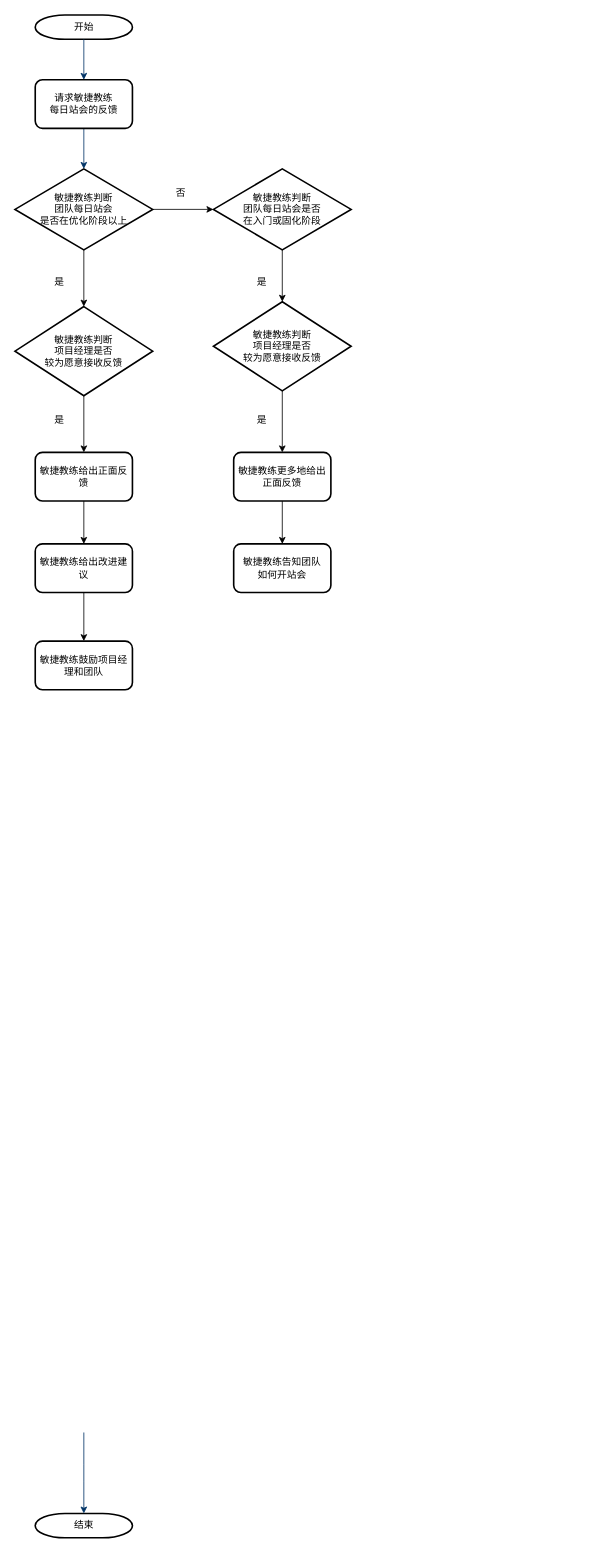
notox/2048 keeps this draw.io diagram as 项目经理请求每日站会反馈流程.drawio. Above is the earlier version. Source tidied: cells renumbered, new cells numbered last; positions are measured from the earlier drawing's top-left corner, leaving out a move shared by most shapes. Both pictures are drawn from the tidied source at 81%, with x=0, y=0 at pixel (15, 15).
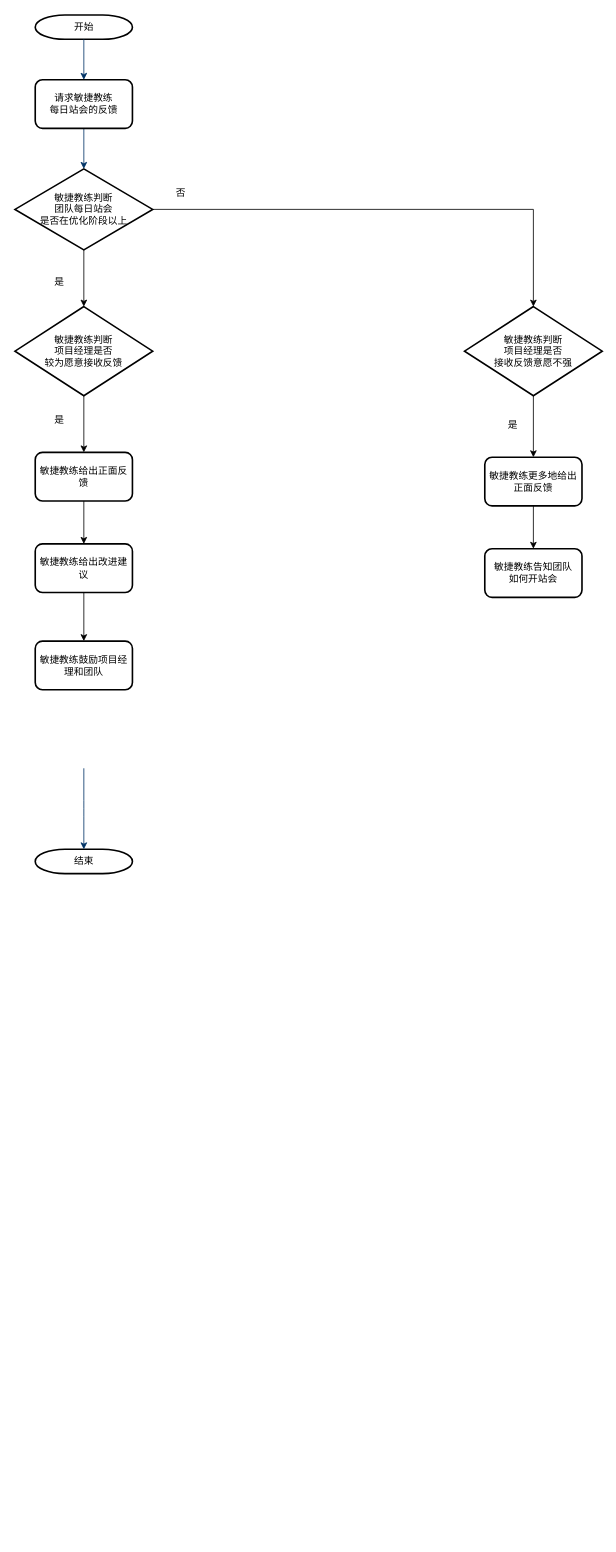
The same page after the edit.

Commit message (it also covers changes not shown here):
Update 项目经理请求每日站会反馈流程.drawio

Unchanged cells that the change refers to:
```xml
<mxCell id="10" value="敏捷教练判断&lt;br&gt;团队每日站会&lt;br&gt;是否在优化阶段以上" style="rhombus;whiteSpace=wrap;html=1;strokeWidth=2;gradientColor=none;" parent="1" vertex="1">
  <mxGeometry y="190" width="170" height="100" as="geometry" />
</mxCell>
```

Diff of the diagram source:
```diff
@@
     <mxCell id="5" value="结束" style="shape=mxgraph.flowchart.terminator;strokeWidth=2;gradientColor=none;gradientDirection=north;fontStyle=0;html=1;" parent="1" vertex="1">
-      <mxGeometry x="25" y="1850" width="120" height="30" as="geometry" />
+      <mxGeometry x="25" y="1030" width="120" height="30" as="geometry" />
     </mxCell>
     <mxCell id="6" style="edgeStyle=elbowEdgeStyle;elbow=vertical;exitX=0.5;exitY=1;exitPerimeter=0;entryX=0.5;entryY=0;entryPerimeter=0;fontStyle=1;strokeColor=#003366;strokeWidth=1;html=1;" parent="1" edge="1" target="5">
-      <mxGeometry as="geometry">
-        <mxPoint x="85" y="1750" as="sourcePoint" />
+      <mxGeometry y="-820" as="geometry">
+        <mxPoint x="85" y="930" as="sourcePoint" />
       </mxGeometry>
     </mxCell>
@@
-    <mxCell id="9" style="edgeStyle=orthogonalEdgeStyle;rounded=0;jettySize=auto;html=1;exitX=1;exitY=0.5;exitDx=0;exitDy=0;entryX=0;entryY=0.5;entryDx=0;entryDy=0;" parent="1" edge="1" source="10" target="21">
+    <mxCell id="9" style="edgeStyle=orthogonalEdgeStyle;rounded=0;jettySize=auto;html=1;exitX=1;exitY=0.5;exitDx=0;exitDy=0;entryX=0.5;entryY=0;entryDx=0;entryDy=0;" parent="1" edge="1" source="10" target="28">
       <mxGeometry relative="1" as="geometry" />
     </mxCell>
@@
-    <mxCell id="20" style="edgeStyle=orthogonalEdgeStyle;rounded=0;jettySize=auto;html=1;exitX=0.5;exitY=1;exitDx=0;exitDy=0;" parent="1" edge="1" source="21" target="28">
-      <mxGeometry relative="1" as="geometry" />
-    </mxCell>
-    <mxCell id="21" value="敏捷教练判断&lt;br&gt;团队每日站会是否&lt;br&gt;在入门或固化阶段" style="rhombus;whiteSpace=wrap;html=1;strokeWidth=2;gradientColor=none;" parent="1" vertex="1">
-      <mxGeometry x="245" y="190" width="170" height="100" as="geometry" />
-    </mxCell>
@@
     <mxCell id="24" value="敏捷教练更多地给出正面反馈" style="rounded=1;whiteSpace=wrap;html=1;gradientColor=none;strokeWidth=2;" parent="1" vertex="1">
-      <mxGeometry x="270" y="540" width="120" height="60" as="geometry" />
+      <mxGeometry x="580" y="546" width="120" height="60" as="geometry" />
     </mxCell>
     <mxCell id="25" value="敏捷教练告知团队&lt;br&gt;如何开站会" style="rounded=1;whiteSpace=wrap;html=1;gradientColor=none;strokeWidth=2;" parent="1" vertex="1">
-      <mxGeometry x="270" y="653" width="120" height="60" as="geometry" />
+      <mxGeometry x="580" y="659" width="120" height="60" as="geometry" />
     </mxCell>
-    <mxCell id="26" value="是" style="text;html=1;strokeColor=none;fillColor=none;align=center;verticalAlign=middle;whiteSpace=wrap;rounded=0;" parent="1" vertex="1">
-      <mxGeometry x="285" y="320" width="40" height="20" as="geometry" />
-    </mxCell>
@@
-    <mxCell id="28" value="敏捷教练判断&lt;br&gt;项目经理是否&lt;br&gt;较为愿意接收反馈" style="rhombus;whiteSpace=wrap;html=1;strokeWidth=2;gradientColor=none;" parent="1" vertex="1">
-      <mxGeometry x="245" y="354" width="170" height="110" as="geometry" />
+    <mxCell id="28" value="敏捷教练判断&lt;br&gt;项目经理是否&lt;br&gt;接收反馈意愿不强" style="rhombus;whiteSpace=wrap;html=1;strokeWidth=2;gradientColor=none;" parent="1" vertex="1">
+      <mxGeometry x="555" y="360" width="170" height="110" as="geometry" />
     </mxCell>
     <mxCell id="29" value="是" style="text;html=1;strokeColor=none;fillColor=none;align=center;verticalAlign=middle;whiteSpace=wrap;rounded=0;" parent="1" vertex="1">
-      <mxGeometry x="285" y="490" width="40" height="20" as="geometry" />
+      <mxGeometry x="595" y="496" width="40" height="20" as="geometry" />
     </mxCell>
```
